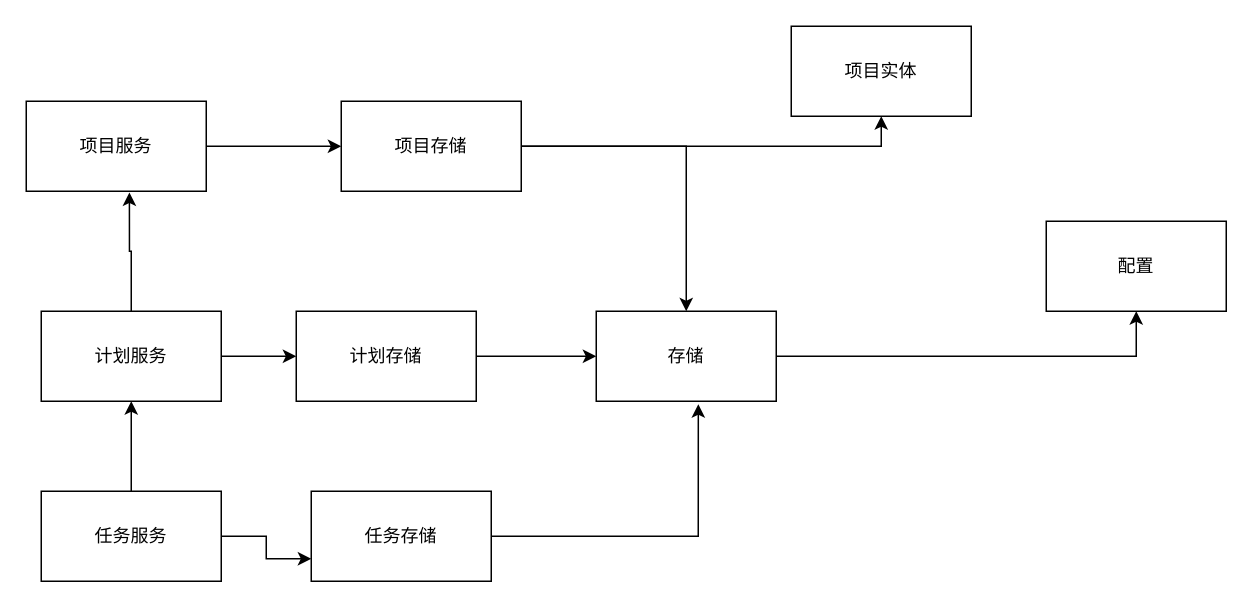
This is apps/drawios/make_progress.drawio from zuiyu1998/project_book, a draw.io file, before an edit. Source tidied: cells renumbered, new cells numbered last; positions are measured from the earlier drawing's top-left corner, leaving out a move shared by most shapes. Both pictures are drawn from the tidied source at 150%, with x=0, y=0 at pixel (26, 26).
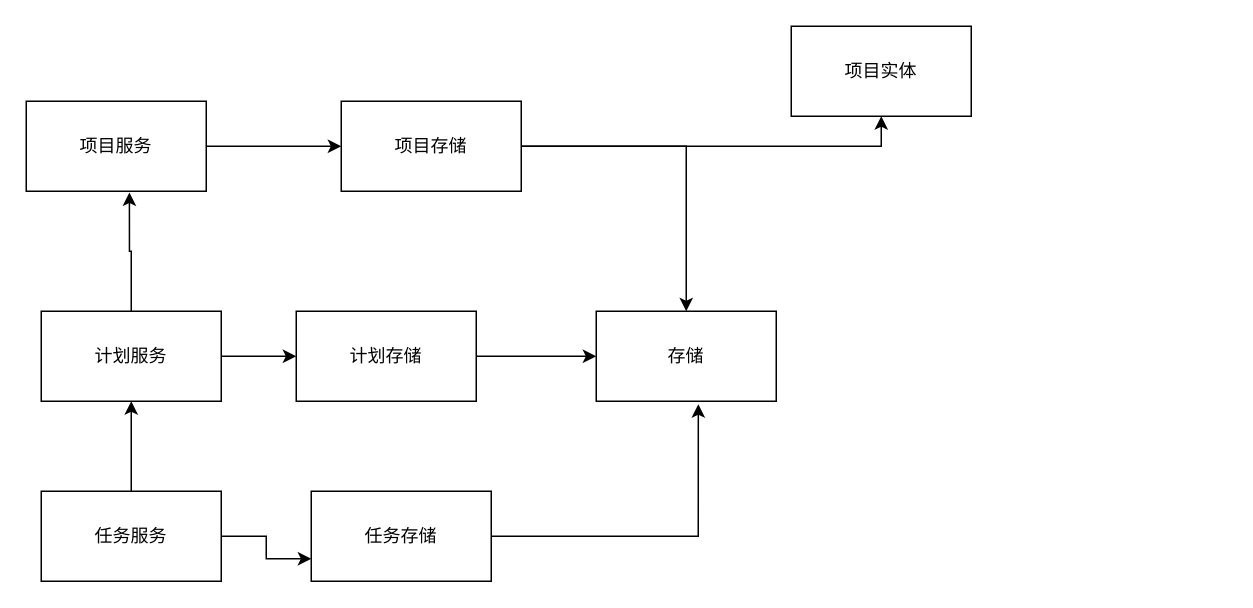
After the change.

Unchanged cells that the change refers to:
```xml
<mxCell id="15" value="存储" style="rounded=0;whiteSpace=wrap;html=1;" parent="1" vertex="1">
  <mxGeometry x="380" y="190" width="120" height="60" as="geometry" />
</mxCell>
```

Change to the diagram source:
```diff
@@
-    <mxCell id="14" style="edgeStyle=orthogonalEdgeStyle;rounded=0;jettySize=auto;html=1;entryX=0.5;entryY=1;entryDx=0;entryDy=0;" parent="1" edge="1" source="15" target="19">
-      <mxGeometry relative="1" as="geometry" />
-    </mxCell>
@@
-    <mxCell id="19" value="配置" style="rounded=0;whiteSpace=wrap;html=1;" parent="1" vertex="1">
-      <mxGeometry x="680" y="130" width="120" height="60" as="geometry" />
-    </mxCell>
```
